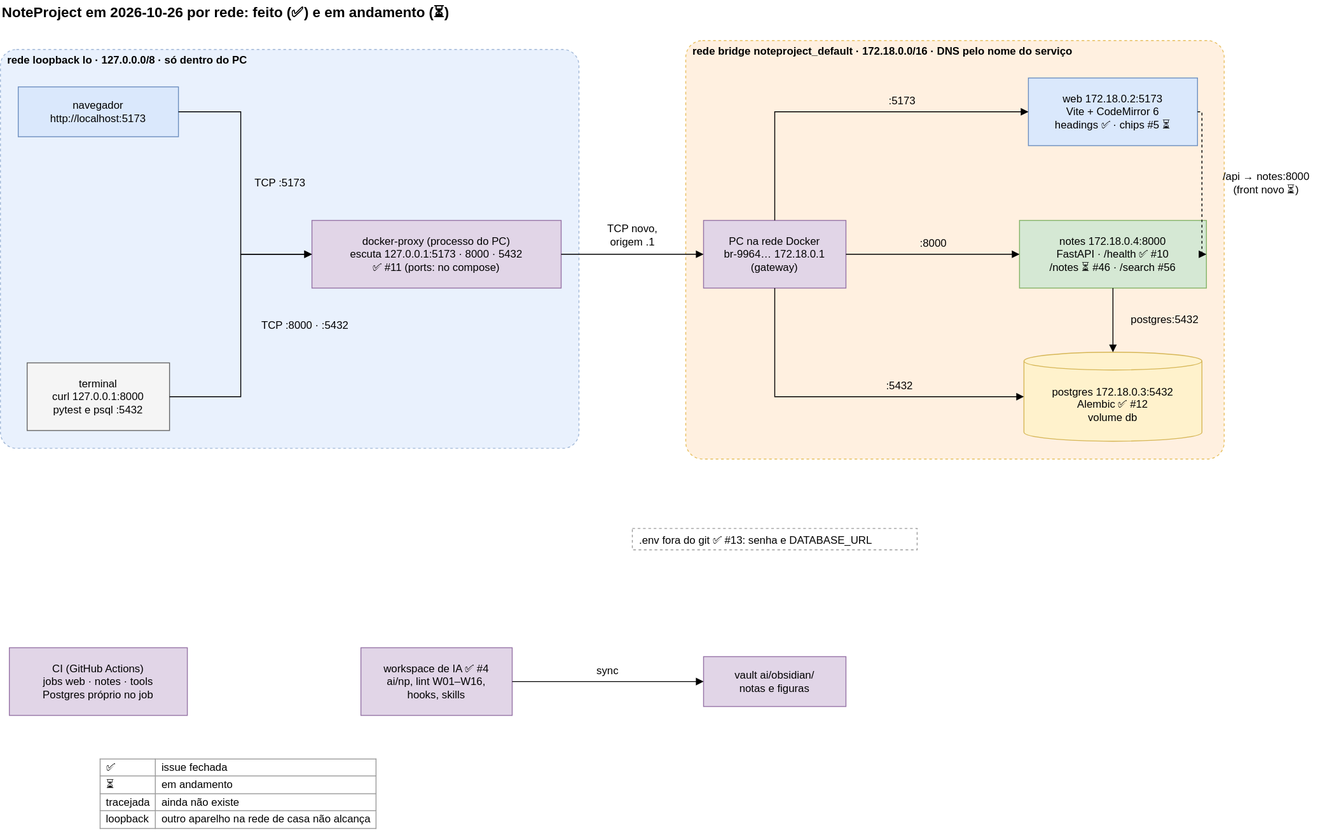
LuccaRh/NoteProject keeps this draw.io diagram as ai/kb/diagramas/o-que-ja-foi-feito.drawio.svg. Above is the earlier version. Source tidied: cells renumbered, new cells last; positions are measured from the earlier drawing's top-left corner, leaving out a move shared by most shapes.
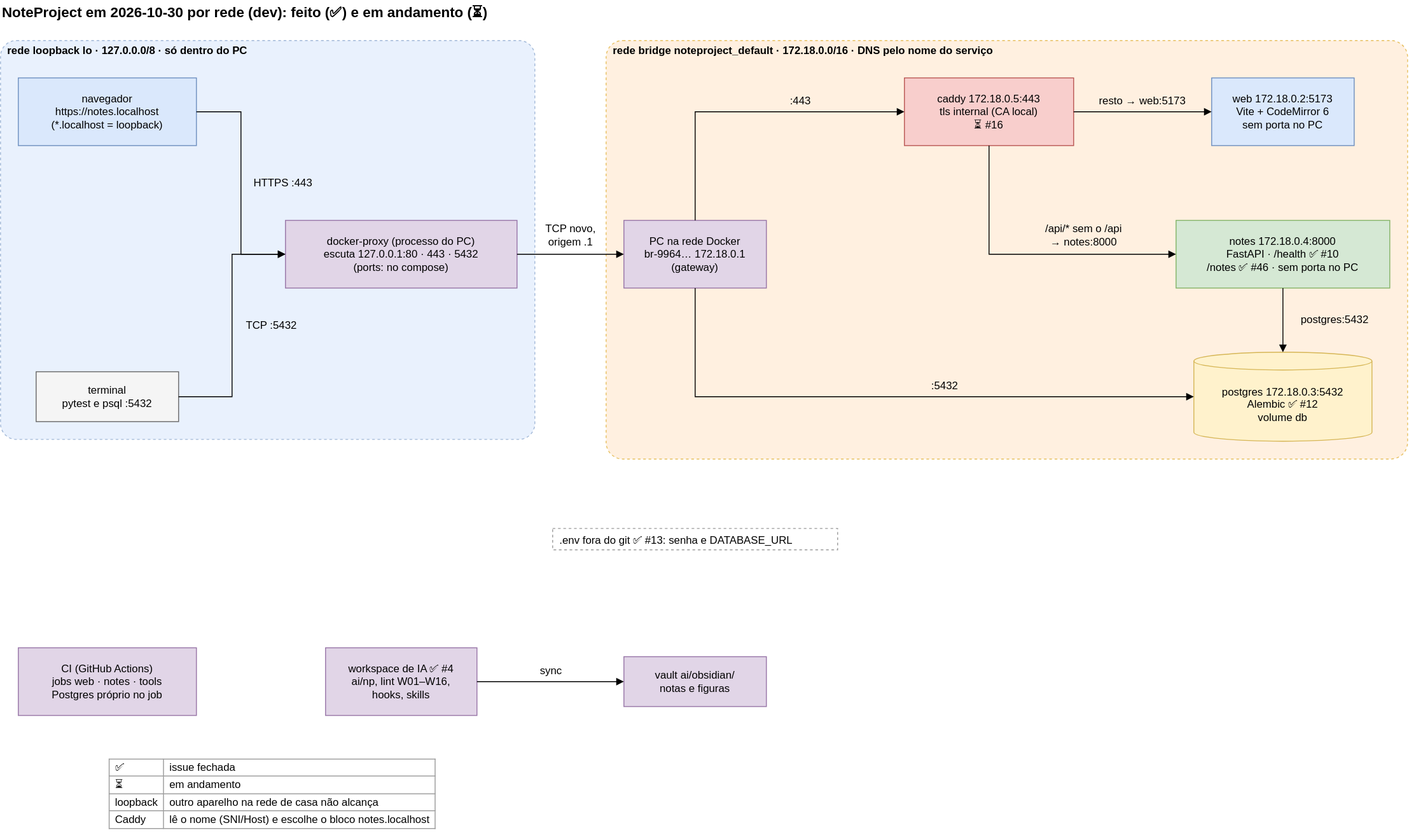
The same diagram one commit later.

The edit, as a diff of the source:
```diff
@@ -2,52 +2,55 @@
   <root>
     <mxCell id="0" />
     <mxCell id="1" parent="0" />
-    <mxCell id="2" value="NoteProject em 2026-10-26 por rede: feito (✅) e em andamento (⏳)" style="text;html=1;align=left;verticalAlign=middle;fontSize=16;fontStyle=1;" parent="1" vertex="1">
-      <mxGeometry width="603" height="26" as="geometry" />
+    <mxCell id="2" value="NoteProject em 2026-10-30 por rede (dev): feito (✅) e em andamento (⏳)" style="text;html=1;align=left;verticalAlign=middle;fontSize=16;fontStyle=1;" parent="1" vertex="1">
+      <mxGeometry width="658" height="26" as="geometry" />
     </mxCell>
+    <mxCell id="4" style="rounded=1;arcSize=4;dashed=1;html=1;fontSize=12;fillColor=#ffe6cc;strokeColor=#d79b00;opacity=60;" parent="1" vertex="1">
+      <mxGeometry x="680" y="45" width="900" height="470" as="geometry" />
+    </mxCell>
     <mxCell id="3" style="rounded=1;arcSize=4;dashed=1;html=1;fontSize=12;fillColor=#dae8fc;strokeColor=#6c8ebf;opacity=60;" parent="1" vertex="1">
-      <mxGeometry y="55" width="650" height="448" as="geometry" />
+      <mxGeometry y="45" width="600" height="448" as="geometry" />
     </mxCell>
-    <mxCell id="4" style="rounded=1;arcSize=4;dashed=1;html=1;fontSize=12;fillColor=#ffe6cc;strokeColor=#d79b00;opacity=60;" parent="1" vertex="1">
-      <mxGeometry x="770" y="45" width="605" height="470" as="geometry" />
-    </mxCell>
-    <mxCell id="5" value="navegador&lt;br&gt;http://localhost:5173" style="html=1;whiteSpace=wrap;fontSize=12;rounded=0;fillColor=#dae8fc;strokeColor=#6c8ebf;" parent="1" vertex="1">
-      <mxGeometry x="20" y="97" width="180" height="56" as="geometry" />
+    <mxCell id="5" value="navegador&lt;br&gt;https://notes.localhost&lt;br&gt;(*.localhost = loopback)" style="html=1;whiteSpace=wrap;fontSize=12;rounded=0;fillColor=#dae8fc;strokeColor=#6c8ebf;" parent="1" vertex="1">
+      <mxGeometry x="20" y="87" width="200" height="76" as="geometry" />
     </mxCell>
-    <mxCell id="6" value="terminal&lt;br&gt;curl 127.0.0.1:8000&lt;br&gt;pytest e psql :5432" style="html=1;whiteSpace=wrap;fontSize=12;rounded=0;fillColor=#f5f5f5;strokeColor=#666666;" parent="1" vertex="1">
-      <mxGeometry x="30" y="407" width="160" height="76" as="geometry" />
+    <mxCell id="6" value="terminal&lt;br&gt;pytest e psql :5432" style="html=1;whiteSpace=wrap;fontSize=12;rounded=0;fillColor=#f5f5f5;strokeColor=#666666;" parent="1" vertex="1">
+      <mxGeometry x="40" y="417" width="160" height="56" as="geometry" />
     </mxCell>
-    <mxCell id="7" value="docker-proxy (processo do PC)&lt;br&gt;escuta 127.0.0.1:5173 · 8000 · 5432&lt;br&gt;✅ #11 (ports: no compose)" style="html=1;whiteSpace=wrap;fontSize=12;rounded=0;fillColor=#e1d5e7;strokeColor=#9673a6;" parent="1" vertex="1">
-      <mxGeometry x="350" y="247" width="280" height="76" as="geometry" />
+    <mxCell id="7" value="docker-proxy (processo do PC)&lt;br&gt;escuta 127.0.0.1:80 · 443 · 5432&lt;br&gt;(ports: no compose)" style="html=1;whiteSpace=wrap;fontSize=12;rounded=0;fillColor=#e1d5e7;strokeColor=#9673a6;" parent="1" vertex="1">
+      <mxGeometry x="320" y="247" width="260" height="76" as="geometry" />
     </mxCell>
     <mxCell id="8" value="PC na rede Docker&lt;br&gt;br-9964… 172.18.0.1&lt;br&gt;(gateway)" style="html=1;whiteSpace=wrap;fontSize=12;rounded=0;fillColor=#e1d5e7;strokeColor=#9673a6;" parent="1" vertex="1">
-      <mxGeometry x="790" y="247" width="160" height="76" as="geometry" />
+      <mxGeometry x="700" y="247" width="160" height="76" as="geometry" />
     </mxCell>
+    <mxCell id="37" value="caddy 172.18.0.5:443&lt;br&gt;tls internal (CA local)&lt;br&gt;⏳ #16" style="html=1;whiteSpace=wrap;fontSize=12;rounded=0;fillColor=#f8cecc;strokeColor=#b85450;" parent="1" vertex="1">
+      <mxGeometry x="1015" y="87" width="190" height="76" as="geometry" />
+    </mxCell>
-    <mxCell id="9" value="web 172.18.0.2:5173&lt;br&gt;Vite + CodeMirror 6&lt;br&gt;headings ✅ · chips #5 ⏳" style="html=1;whiteSpace=wrap;fontSize=12;rounded=0;fillColor=#dae8fc;strokeColor=#6c8ebf;" parent="1" vertex="1">
-      <mxGeometry x="1155" y="87" width="190" height="76" as="geometry" />
+    <mxCell id="9" value="web 172.18.0.2:5173&lt;br&gt;Vite + CodeMirror 6&lt;br&gt;sem porta no PC" style="html=1;whiteSpace=wrap;fontSize=12;rounded=0;fillColor=#dae8fc;strokeColor=#6c8ebf;" parent="1" vertex="1">
+      <mxGeometry x="1360" y="87" width="160" height="76" as="geometry" />
     </mxCell>
-    <mxCell id="10" value="notes 172.18.0.4:8000&lt;br&gt;FastAPI · /health ✅ #10&lt;br&gt;/notes ⏳ #46 · /search #56" style="html=1;whiteSpace=wrap;fontSize=12;rounded=0;fillColor=#d5e8d4;strokeColor=#82b366;" parent="1" vertex="1">
-      <mxGeometry x="1145" y="247" width="210" height="76" as="geometry" />
+    <mxCell id="10" value="notes 172.18.0.4:8000&lt;br&gt;FastAPI · /health ✅ #10&lt;br&gt;/notes ✅ #46 · sem porta no PC" style="html=1;whiteSpace=wrap;fontSize=12;rounded=0;fillColor=#d5e8d4;strokeColor=#82b366;" parent="1" vertex="1">
+      <mxGeometry x="1320" y="247" width="240" height="76" as="geometry" />
     </mxCell>
     <mxCell id="11" value="postgres 172.18.0.3:5432&lt;br&gt;Alembic ✅ #12&lt;br&gt;volume db" style="html=1;whiteSpace=wrap;fontSize=12;shape=cylinder3;boundedLbl=1;backgroundOutline=1;size=10;fillColor=#fff2cc;strokeColor=#d6b656;" parent="1" vertex="1">
-      <mxGeometry x="1150" y="395" width="200" height="100" as="geometry" />
+      <mxGeometry x="1340" y="395" width="200" height="100" as="geometry" />
     </mxCell>
     <mxCell id="12" value=".env fora do git ✅ #13: senha e DATABASE_URL" style="text;html=1;whiteSpace=wrap;fontSize=12;align=left;verticalAlign=top;strokeColor=#999999;dashed=1;spacingLeft=6;" parent="1" vertex="1">
-      <mxGeometry x="710" y="593" width="320" height="24" as="geometry" />
+      <mxGeometry x="620" y="593" width="320" height="24" as="geometry" />
     </mxCell>
     <mxCell id="13" value="CI (GitHub Actions)&lt;br&gt;jobs web · notes · tools&lt;br&gt;Postgres próprio no job" style="html=1;whiteSpace=wrap;fontSize=12;rounded=0;fillColor=#e1d5e7;strokeColor=#9673a6;" parent="1" vertex="1">
-      <mxGeometry x="10" y="727" width="200" height="76" as="geometry" />
+      <mxGeometry x="20" y="727" width="200" height="76" as="geometry" />
     </mxCell>
     <mxCell id="14" value="workspace de IA ✅ #4&lt;br&gt;ai/np, lint W01–W16,&lt;br&gt;hooks, skills" style="html=1;whiteSpace=wrap;fontSize=12;rounded=0;fillColor=#e1d5e7;strokeColor=#9673a6;" parent="1" vertex="1">
-      <mxGeometry x="405" y="727" width="170" height="76" as="geometry" />
+      <mxGeometry x="365" y="727" width="170" height="76" as="geometry" />
     </mxCell>
     <mxCell id="15" value="vault ai/obsidian/&lt;br&gt;notas e figuras" style="html=1;whiteSpace=wrap;fontSize=12;rounded=0;fillColor=#e1d5e7;strokeColor=#9673a6;" parent="1" vertex="1">
-      <mxGeometry x="790" y="737" width="160" height="56" as="geometry" />
+      <mxGeometry x="700" y="737" width="160" height="56" as="geometry" />
     </mxCell>
     <mxCell id="16" style="html=1;rounded=0;endArrow=block;endFill=1;startArrow=none;" parent="1" edge="1">
       <mxGeometry relative="1" as="geometry">
-        <mxPoint x="200" y="125" as="sourcePoint" />
-        <mxPoint x="350" y="285" as="targetPoint" />
+        <mxPoint x="220" y="125" as="sourcePoint" />
+        <mxPoint x="320" y="285" as="targetPoint" />
         <Array as="points">
           <mxPoint x="270" y="125" />
           <mxPoint x="270" y="285" />
@@ -56,101 +59,100 @@
     </mxCell>
     <mxCell id="17" style="html=1;rounded=0;endArrow=block;endFill=1;startArrow=none;" parent="1" edge="1">
       <mxGeometry relative="1" as="geometry">
-        <mxPoint x="190" y="445" as="sourcePoint" />
-        <mxPoint x="350" y="285" as="targetPoint" />
+        <mxPoint x="200" y="445" as="sourcePoint" />
+        <mxPoint x="320" y="285" as="targetPoint" />
         <Array as="points">
-          <mxPoint x="270" y="445" />
-          <mxPoint x="270" y="285" />
+          <mxPoint x="260" y="445" />
+          <mxPoint x="260" y="285" />
         </Array>
       </mxGeometry>
     </mxCell>
     <mxCell id="18" style="html=1;rounded=0;endArrow=block;endFill=1;startArrow=none;" parent="1" edge="1">
       <mxGeometry relative="1" as="geometry">
-        <mxPoint x="630" y="285" as="sourcePoint" />
-        <mxPoint x="790" y="285" as="targetPoint" />
+        <mxPoint x="580" y="285" as="sourcePoint" />
+        <mxPoint x="700" y="285" as="targetPoint" />
       </mxGeometry>
     </mxCell>
     <mxCell id="19" style="html=1;rounded=0;endArrow=block;endFill=1;startArrow=none;" parent="1" edge="1">
       <mxGeometry relative="1" as="geometry">
-        <mxPoint x="870" y="247" as="sourcePoint" />
-        <mxPoint x="1155" y="125" as="targetPoint" />
+        <mxPoint x="780" y="247" as="sourcePoint" />
+        <mxPoint x="1015" y="125" as="targetPoint" />
         <Array as="points">
-          <mxPoint x="870" y="125" />
+          <mxPoint x="780" y="125" />
         </Array>
       </mxGeometry>
     </mxCell>
     <mxCell id="20" style="html=1;rounded=0;endArrow=block;endFill=1;startArrow=none;" parent="1" edge="1">
       <mxGeometry relative="1" as="geometry">
-        <mxPoint x="950" y="285" as="sourcePoint" />
-        <mxPoint x="1145" y="285" as="targetPoint" />
+        <mxPoint x="1205" y="125" as="sourcePoint" />
+        <mxPoint x="1360" y="125" as="targetPoint" />
       </mxGeometry>
     </mxCell>
     <mxCell id="21" style="html=1;rounded=0;endArrow=block;endFill=1;startArrow=none;" parent="1" edge="1">
       <mxGeometry relative="1" as="geometry">
-        <mxPoint x="870" y="323" as="sourcePoint" />
-        <mxPoint x="1150" y="445" as="targetPoint" />
+        <mxPoint x="1110" y="163" as="sourcePoint" />
+        <mxPoint x="1320" y="285" as="targetPoint" />
         <Array as="points">
-          <mxPoint x="870" y="445" />
+          <mxPoint x="1110" y="285" />
         </Array>
       </mxGeometry>
     </mxCell>
-    <mxCell id="22" style="html=1;rounded=0;endArrow=block;endFill=1;startArrow=none;dashed=1;" parent="1" edge="1">
+    <mxCell id="22" style="html=1;rounded=0;endArrow=block;endFill=1;startArrow=none;" parent="1" edge="1">
       <mxGeometry relative="1" as="geometry">
-        <mxPoint x="1345" y="125" as="sourcePoint" />
-        <mxPoint x="1355" y="285" as="targetPoint" />
+        <mxPoint x="780" y="323" as="sourcePoint" />
+        <mxPoint x="1340" y="445" as="targetPoint" />
         <Array as="points">
-          <mxPoint x="1350" y="125" />
-          <mxPoint x="1350" y="285" />
+          <mxPoint x="780" y="445" />
         </Array>
       </mxGeometry>
     </mxCell>
     <mxCell id="23" style="html=1;rounded=0;endArrow=block;endFill=1;startArrow=none;" parent="1" edge="1">
       <mxGeometry relative="1" as="geometry">
-        <mxPoint x="1250" y="323" as="sourcePoint" />
-        <mxPoint x="1250" y="395" as="targetPoint" />
+        <mxPoint x="1440" y="323" as="sourcePoint" />
+        <mxPoint x="1440" y="395" as="targetPoint" />
       </mxGeometry>
     </mxCell>
     <mxCell id="24" style="html=1;rounded=0;endArrow=block;endFill=1;startArrow=none;" parent="1" edge="1">
       <mxGeometry relative="1" as="geometry">
-        <mxPoint x="575" y="765" as="sourcePoint" />
-        <mxPoint x="790" y="765" as="targetPoint" />
+        <mxPoint x="535" y="765" as="sourcePoint" />
+        <mxPoint x="700" y="765" as="targetPoint" />
       </mxGeometry>
     </mxCell>
     <mxCell id="25" value="&lt;b&gt;rede loopback lo · 127.0.0.0/8 · só dentro do PC&lt;/b&gt;" style="text;html=1;align=left;verticalAlign=middle;fontSize=12;" parent="1" vertex="1">
-      <mxGeometry x="6" y="58" width="352" height="18" as="geometry" />
+      <mxGeometry x="6" y="48" width="352" height="18" as="geometry" />
     </mxCell>
     <mxCell id="26" value="&lt;b&gt;rede bridge noteproject_default · 172.18.0.0/16 · DNS pelo nome do serviço&lt;/b&gt;" style="text;html=1;align=left;verticalAlign=middle;fontSize=12;" parent="1" vertex="1">
-      <mxGeometry x="776" y="48" width="527" height="18" as="geometry" />
+      <mxGeometry x="686" y="48" width="527" height="18" as="geometry" />
     </mxCell>
-    <mxCell id="27" value="TCP :5173" style="text;html=1;align=center;verticalAlign=middle;fontSize=12;" parent="1" vertex="1">
-      <mxGeometry x="274" y="196" width="79" height="18" as="geometry" />
+    <mxCell id="27" value="HTTPS :443" style="text;html=1;align=center;verticalAlign=middle;fontSize=12;" parent="1" vertex="1">
+      <mxGeometry x="274" y="196" width="86" height="18" as="geometry" />
     </mxCell>
-    <mxCell id="28" value="TCP :8000 · :5432" style="text;html=1;align=center;verticalAlign=middle;fontSize=12;" parent="1" vertex="1">
-      <mxGeometry x="274" y="356" width="135" height="18" as="geometry" />
+    <mxCell id="28" value="TCP :5432" style="text;html=1;align=center;verticalAlign=middle;fontSize=12;" parent="1" vertex="1">
+      <mxGeometry x="264" y="356" width="79" height="18" as="geometry" />
     </mxCell>
     <mxCell id="29" value="TCP novo,&lt;br&gt;origem .1" style="text;html=1;align=center;verticalAlign=middle;fontSize=12;" parent="1" vertex="1">
-      <mxGeometry x="670" y="246" width="79" height="36" as="geometry" />
+      <mxGeometry x="600" y="246" width="79" height="36" as="geometry" />
     </mxCell>
-    <mxCell id="30" value=":5173" style="text;html=1;align=center;verticalAlign=middle;fontSize=12;" parent="1" vertex="1">
-      <mxGeometry x="987" y="104" width="51" height="18" as="geometry" />
+    <mxCell id="30" value=":443" style="text;html=1;align=center;verticalAlign=middle;fontSize=12;" parent="1" vertex="1">
+      <mxGeometry x="876" y="104" width="44" height="18" as="geometry" />
     </mxCell>
-    <mxCell id="31" value=":8000" style="text;html=1;align=center;verticalAlign=middle;fontSize=12;" parent="1" vertex="1">
-      <mxGeometry x="1022" y="264" width="51" height="18" as="geometry" />
+    <mxCell id="31" value="resto → web:5173" style="text;html=1;align=center;verticalAlign=middle;fontSize=12;" parent="1" vertex="1">
+      <mxGeometry x="1218" y="104" width="128" height="18" as="geometry" />
     </mxCell>
-    <mxCell id="32" value=":5432" style="text;html=1;align=center;verticalAlign=middle;fontSize=12;" parent="1" vertex="1">
-      <mxGeometry x="984" y="424" width="51" height="18" as="geometry" />
+    <mxCell id="32" value="/api/* sem o /api&lt;br&gt;→ notes:8000" style="text;html=1;align=center;verticalAlign=middle;fontSize=12;" parent="1" vertex="1">
+      <mxGeometry x="1148" y="246" width="135" height="36" as="geometry" />
     </mxCell>
-    <mxCell id="33" value="/api → notes:8000&lt;br&gt;(front novo ⏳)" style="text;html=1;align=center;verticalAlign=middle;fontSize=12;" parent="1" vertex="1">
-      <mxGeometry x="1354" y="187" width="135" height="36" as="geometry" />
+    <mxCell id="33" value=":5432" style="text;html=1;align=center;verticalAlign=middle;fontSize=12;" parent="1" vertex="1">
+      <mxGeometry x="1034" y="424" width="51" height="18" as="geometry" />
     </mxCell>
     <mxCell id="34" value="postgres:5432" style="text;html=1;align=center;verticalAlign=middle;fontSize=12;" parent="1" vertex="1">
-      <mxGeometry x="1254" y="350" width="107" height="18" as="geometry" />
+      <mxGeometry x="1444" y="350" width="107" height="18" as="geometry" />
     </mxCell>
     <mxCell id="35" value="sync" style="text;html=1;align=center;verticalAlign=middle;fontSize=12;" parent="1" vertex="1">
-      <mxGeometry x="660" y="744" width="44" height="18" as="geometry" />
+      <mxGeometry x="596" y="744" width="44" height="18" as="geometry" />
     </mxCell>
-    <mxCell id="36" value="&lt;table style=&quot;border-collapse:collapse;font-size:12px&quot;&gt;&lt;tr&gt;&lt;td style=&quot;border:1px solid #999;padding:2px 6px;text-align:left&quot;&gt;✅&lt;/td&gt;&lt;td style=&quot;border:1px solid #999;padding:2px 6px;text-align:left&quot;&gt;issue fechada&lt;/td&gt;&lt;/tr&gt;&lt;tr&gt;&lt;td style=&quot;border:1px solid #999;padding:2px 6px;text-align:left&quot;&gt;⏳&lt;/td&gt;&lt;td style=&quot;border:1px solid #999;padding:2px 6px;text-align:left&quot;&gt;em andamento&lt;/td&gt;&lt;/tr&gt;&lt;tr&gt;&lt;td style=&quot;border:1px solid #999;padding:2px 6px;text-align:left&quot;&gt;tracejada&lt;/td&gt;&lt;td style=&quot;border:1px solid #999;padding:2px 6px;text-align:left&quot;&gt;ainda não existe&lt;/td&gt;&lt;/tr&gt;&lt;tr&gt;&lt;td style=&quot;border:1px solid #999;padding:2px 6px;text-align:left&quot;&gt;loopback&lt;/td&gt;&lt;td style=&quot;border:1px solid #999;padding:2px 6px;text-align:left&quot;&gt;outro aparelho na rede de casa não alcança&lt;/td&gt;&lt;/tr&gt;&lt;/table&gt;" style="text;html=1;align=left;verticalAlign=top;whiteSpace=wrap;fontSize=12;" parent="1" vertex="1">
-      <mxGeometry x="110" y="845" width="409" height="94" as="geometry" />
+    <mxCell id="36" value="&lt;table style=&quot;border-collapse:collapse;font-size:12px&quot;&gt;&lt;tr&gt;&lt;td style=&quot;border:1px solid #999;padding:2px 6px;text-align:left&quot;&gt;✅&lt;/td&gt;&lt;td style=&quot;border:1px solid #999;padding:2px 6px;text-align:left&quot;&gt;issue fechada&lt;/td&gt;&lt;/tr&gt;&lt;tr&gt;&lt;td style=&quot;border:1px solid #999;padding:2px 6px;text-align:left&quot;&gt;⏳&lt;/td&gt;&lt;td style=&quot;border:1px solid #999;padding:2px 6px;text-align:left&quot;&gt;em andamento&lt;/td&gt;&lt;/tr&gt;&lt;tr&gt;&lt;td style=&quot;border:1px solid #999;padding:2px 6px;text-align:left&quot;&gt;loopback&lt;/td&gt;&lt;td style=&quot;border:1px solid #999;padding:2px 6px;text-align:left&quot;&gt;outro aparelho na rede de casa não alcança&lt;/td&gt;&lt;/tr&gt;&lt;tr&gt;&lt;td style=&quot;border:1px solid #999;padding:2px 6px;text-align:left&quot;&gt;Caddy&lt;/td&gt;&lt;td style=&quot;border:1px solid #999;padding:2px 6px;text-align:left&quot;&gt;lê o nome (SNI/Host) e escolhe o bloco notes.localhost&lt;/td&gt;&lt;/tr&gt;&lt;/table&gt;" style="text;html=1;align=left;verticalAlign=top;whiteSpace=wrap;fontSize=12;" parent="1" vertex="1">
+      <mxGeometry x="120" y="845" width="486" height="94" as="geometry" />
     </mxCell>
   </root>
 </mxGraphModel>
```
